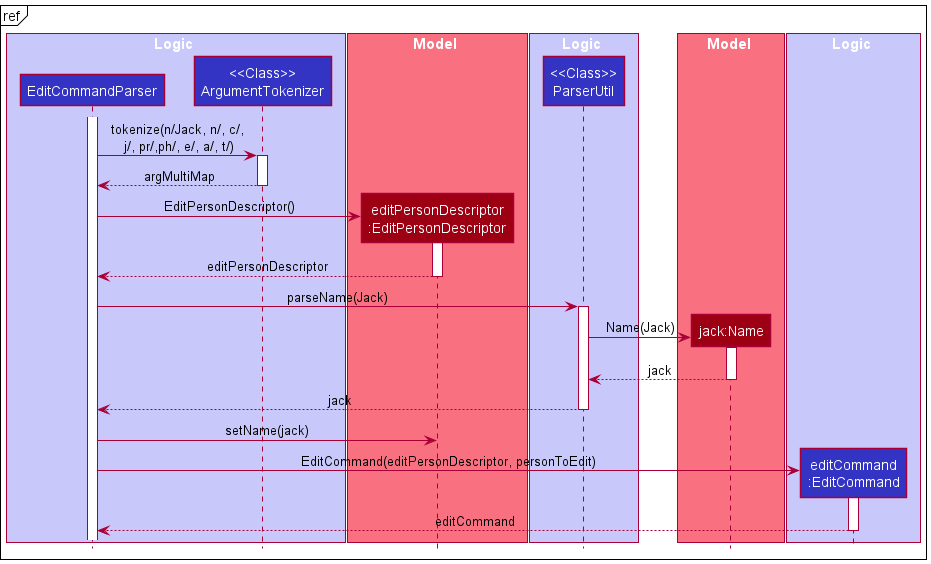
Before: docs/images/DetailedParsingForEditSequenceDiagram.png, a diagram exported from PlantUML (tonishka/tp).
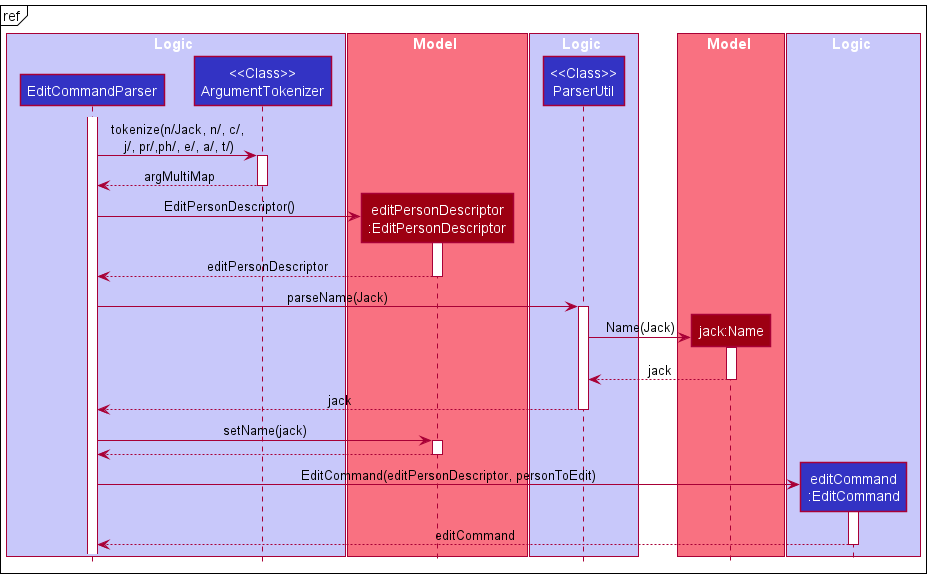
Above is the later version.

Commit message:
Fix missing activation point

Change to the diagram source:
```diff
@@ -36,6 +36,9 @@
 ECP <-- ParserUtil : jack
 deactivate ParserUtil
 ECP -> EditPersonDescriptor : setName(jack)
+activate EditPersonDescriptor
+ECP <-- EditPersonDescriptor
+deactivate EditPersonDescriptor
 ECP -> EditCommand ** : EditCommand(editPersonDescriptor, personToEdit)
 activate  EditCommand
 ECP <-- EditCommand :editCommand
```
